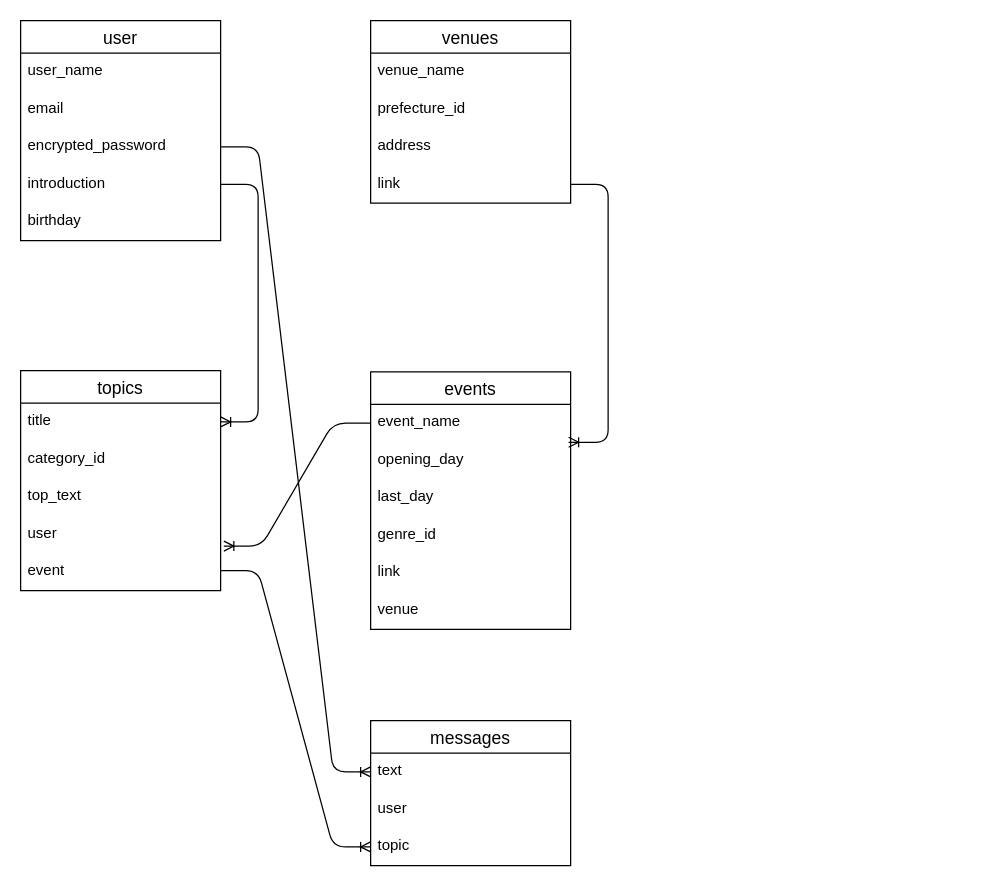
Before: soloER.dio in MZYugu/solo_match, a draw.io diagram. Source tidied: cells renumbered, new cells numbered last; positions are measured from the earlier drawing's top-left corner, leaving out a move shared by most shapes. Both pictures are drawn from the tidied source at 125%, with x=0, y=0 at pixel (20, 20).
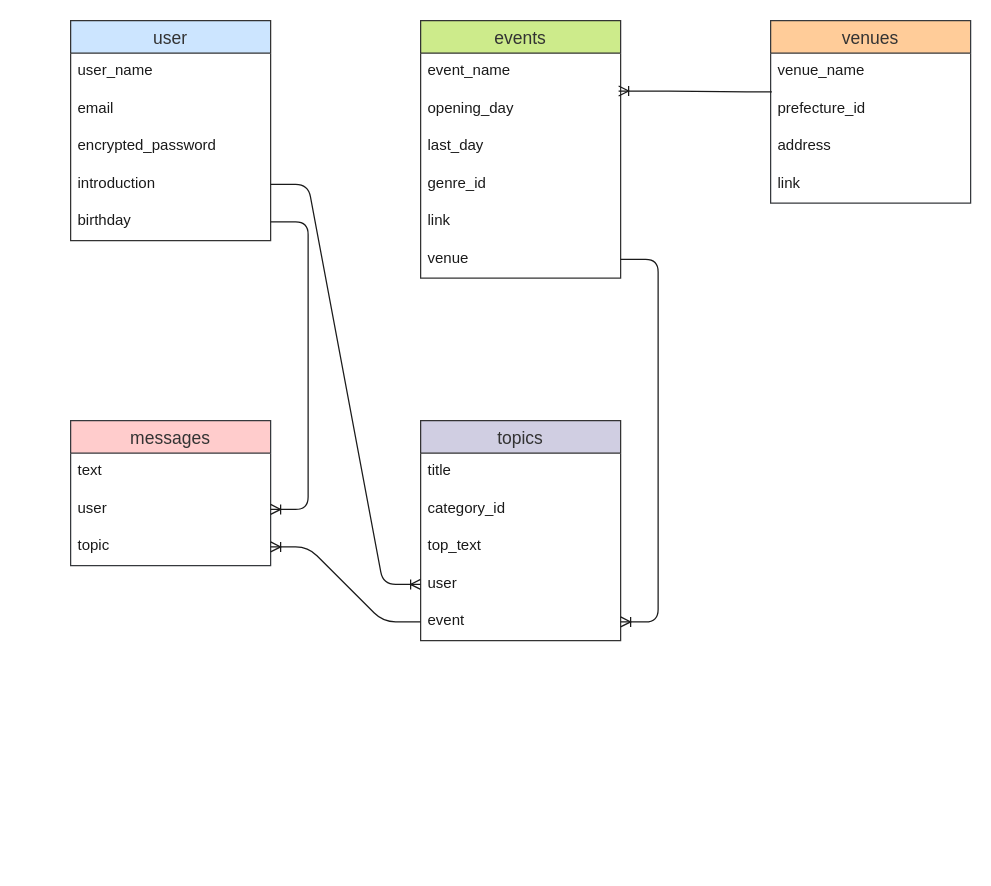
The same page after the edit.

Commit message (it also covers changes not shown here):
ER図と画面遷移図の作成

What changed in the source:
```diff
@@
-<mxGraphModel>
+<mxGraphModel background="#FFFFFF">
@@
-    <mxCell id="2" value="topics" style="swimlane;fontStyle=0;horizontal=1;startSize=26;align=center;fontSize=14;" parent="1" vertex="1">
-      <mxGeometry y="280" width="160" height="176" as="geometry" />
+    <mxCell id="2" value="topics" style="swimlane;fontStyle=0;horizontal=1;startSize=26;align=center;fontSize=14;fillColor=#d0cee2;strokeColor=#333333;swimlaneLine=1;fontColor=#333333;" parent="1" vertex="1">
+      <mxGeometry x="320" y="320" width="160" height="176" as="geometry" />
     </mxCell>
-    <mxCell id="3" value="title" style="text;strokeColor=none;fillColor=none;spacingLeft=4;spacingRight=4;overflow=hidden;points=[[0,0.5],[1,0.5]];portConstraint=eastwest;fontSize=12;" parent="2" vertex="1">
+    <mxCell id="3" value="title" style="text;strokeColor=none;fillColor=none;spacingLeft=4;spacingRight=4;overflow=hidden;points=[[0,0.5],[1,0.5]];portConstraint=eastwest;fontSize=12;fontColor=#1A1A1A;" parent="2" vertex="1">
       <mxGeometry y="26" width="160" height="30" as="geometry" />
     </mxCell>
-    <mxCell id="4" value="category_id" style="text;strokeColor=none;fillColor=none;spacingLeft=4;spacingRight=4;overflow=hidden;fontSize=12;" parent="2" vertex="1">
+    <mxCell id="4" value="category_id" style="text;strokeColor=none;fillColor=none;spacingLeft=4;spacingRight=4;overflow=hidden;fontSize=12;fontColor=#1A1A1A;" parent="2" vertex="1">
       <mxGeometry y="56" width="160" height="30" as="geometry" />
     </mxCell>
-    <mxCell id="5" value="top_text" style="text;strokeColor=none;fillColor=none;spacingLeft=4;spacingRight=4;overflow=hidden;fontSize=12;" parent="2" vertex="1">
+    <mxCell id="5" value="top_text" style="text;strokeColor=none;fillColor=none;spacingLeft=4;spacingRight=4;overflow=hidden;fontSize=12;fontColor=#1A1A1A;" parent="2" vertex="1">
       <mxGeometry y="86" width="160" height="30" as="geometry" />
     </mxCell>
-    <mxCell id="6" value="user" style="text;strokeColor=none;fillColor=none;spacingLeft=4;spacingRight=4;overflow=hidden;points=[[0,0.5],[1,0.5]];portConstraint=eastwest;fontSize=12;" parent="2" vertex="1">
+    <mxCell id="6" value="user" style="text;strokeColor=none;fillColor=none;spacingLeft=4;spacingRight=4;overflow=hidden;points=[[0,0.5],[1,0.5]];portConstraint=eastwest;fontSize=12;fontColor=#1A1A1A;" parent="2" vertex="1">
       <mxGeometry y="116" width="160" height="30" as="geometry" />
     </mxCell>
-    <mxCell id="7" value="event" style="text;strokeColor=none;fillColor=none;spacingLeft=4;spacingRight=4;overflow=hidden;points=[[0,0.5],[1,0.5]];portConstraint=eastwest;fontSize=12;" parent="2" vertex="1">
+    <mxCell id="7" value="event" style="text;strokeColor=none;fillColor=none;spacingLeft=4;spacingRight=4;overflow=hidden;points=[[0,0.5],[1,0.5]];portConstraint=eastwest;fontSize=12;fontColor=#1A1A1A;" parent="2" vertex="1">
       <mxGeometry y="146" width="160" height="30" as="geometry" />
     </mxCell>
-    <mxCell id="8" value="events" style="swimlane;fontStyle=0;horizontal=1;startSize=26;align=center;fontSize=14;" parent="1" vertex="1">
-      <mxGeometry x="280" y="281" width="160" height="206" as="geometry" />
+    <mxCell id="8" value="events" style="swimlane;fontStyle=0;horizontal=1;startSize=26;align=center;fontSize=14;fillColor=#cdeb8b;strokeColor=#333333;strokeWidth=1;perimeterSpacing=0;fontColor=#333333;" parent="1" vertex="1">
+      <mxGeometry x="320" width="160" height="206" as="geometry" />
     </mxCell>
-    <mxCell id="9" value="event_name" style="text;strokeColor=none;fillColor=none;spacingLeft=4;spacingRight=4;overflow=hidden;points=[[0,0.5],[1,0.5]];portConstraint=eastwest;fontSize=12;" parent="8" vertex="1">
+    <mxCell id="9" value="event_name" style="text;strokeColor=none;fillColor=none;spacingLeft=4;spacingRight=4;overflow=hidden;points=[[0,0.5],[1,0.5]];portConstraint=eastwest;fontSize=12;fontColor=#1A1A1A;" parent="8" vertex="1">
       <mxGeometry y="26" width="160" height="30" as="geometry" />
     </mxCell>
-    <mxCell id="10" value="opening_day" style="text;strokeColor=none;fillColor=none;spacingLeft=4;spacingRight=4;overflow=hidden;fontSize=12;" parent="8" vertex="1">
+    <mxCell id="10" value="opening_day" style="text;strokeColor=none;fillColor=none;spacingLeft=4;spacingRight=4;overflow=hidden;fontSize=12;fontColor=#1A1A1A;" parent="8" vertex="1">
       <mxGeometry y="56" width="160" height="30" as="geometry" />
     </mxCell>
-    <mxCell id="11" value="last_day" style="text;strokeColor=none;fillColor=none;spacingLeft=4;spacingRight=4;overflow=hidden;fontSize=12;" parent="8" vertex="1">
+    <mxCell id="11" value="last_day" style="text;strokeColor=none;fillColor=none;spacingLeft=4;spacingRight=4;overflow=hidden;fontSize=12;fontColor=#1A1A1A;" parent="8" vertex="1">
       <mxGeometry y="86" width="160" height="30" as="geometry" />
     </mxCell>
-    <mxCell id="12" value="genre_id" style="text;strokeColor=none;fillColor=none;spacingLeft=4;spacingRight=4;overflow=hidden;fontSize=12;" parent="8" vertex="1">
+    <mxCell id="12" value="genre_id" style="text;strokeColor=none;fillColor=none;spacingLeft=4;spacingRight=4;overflow=hidden;fontSize=12;fontColor=#1A1A1A;" parent="8" vertex="1">
       <mxGeometry y="116" width="160" height="30" as="geometry" />
     </mxCell>
-    <mxCell id="13" value="link" style="text;strokeColor=none;fillColor=none;spacingLeft=4;spacingRight=4;overflow=hidden;fontSize=12;" parent="8" vertex="1">
+    <mxCell id="13" value="link" style="text;strokeColor=none;fillColor=none;spacingLeft=4;spacingRight=4;overflow=hidden;fontSize=12;fontColor=#1A1A1A;" parent="8" vertex="1">
       <mxGeometry y="146" width="160" height="30" as="geometry" />
     </mxCell>
-    <mxCell id="14" value="venue" style="text;strokeColor=none;fillColor=none;spacingLeft=4;spacingRight=4;overflow=hidden;points=[[0,0.5],[1,0.5]];portConstraint=eastwest;fontSize=12;" parent="8" vertex="1">
+    <mxCell id="14" value="venue" style="text;strokeColor=none;fillColor=none;spacingLeft=4;spacingRight=4;overflow=hidden;points=[[0,0.5],[1,0.5]];portConstraint=eastwest;fontSize=12;fontColor=#1A1A1A;" parent="8" vertex="1">
       <mxGeometry y="176" width="160" height="30" as="geometry" />
     </mxCell>
-    <mxCell id="15" value="messages" style="swimlane;fontStyle=0;horizontal=1;startSize=26;align=center;fontSize=14;" parent="1" vertex="1">
-      <mxGeometry x="280" y="560" width="160" height="116" as="geometry" />
+    <mxCell id="15" value="messages" style="swimlane;fontStyle=0;horizontal=1;startSize=26;align=center;fontSize=14;strokeColor=#36393d;fillColor=#ffcccc;fontColor=#333333;labelBackgroundColor=none;labelBorderColor=none;" parent="1" vertex="1">
+      <mxGeometry x="40" y="320" width="160" height="116" as="geometry" />
     </mxCell>
-    <mxCell id="16" value="text" style="text;strokeColor=none;fillColor=none;spacingLeft=4;spacingRight=4;overflow=hidden;points=[[0,0.5],[1,0.5]];portConstraint=eastwest;fontSize=12;" parent="15" vertex="1">
+    <mxCell id="16" value="text" style="text;strokeColor=none;fillColor=none;spacingLeft=4;spacingRight=4;overflow=hidden;points=[[0,0.5],[1,0.5]];portConstraint=eastwest;fontSize=12;fontColor=#1A1A1A;" parent="15" vertex="1">
       <mxGeometry y="26" width="160" height="30" as="geometry" />
     </mxCell>
-    <mxCell id="17" value="user" style="text;strokeColor=none;fillColor=none;spacingLeft=4;spacingRight=4;overflow=hidden;points=[[0,0.5],[1,0.5]];portConstraint=eastwest;fontSize=12;" parent="15" vertex="1">
+    <mxCell id="17" value="user" style="text;strokeColor=none;fillColor=none;spacingLeft=4;spacingRight=4;overflow=hidden;points=[[0,0.5],[1,0.5]];portConstraint=eastwest;fontSize=12;fontColor=#1A1A1A;" parent="15" vertex="1">
       <mxGeometry y="56" width="160" height="30" as="geometry" />
     </mxCell>
-    <mxCell id="18" value="topic" style="text;strokeColor=none;fillColor=none;spacingLeft=4;spacingRight=4;overflow=hidden;points=[[0,0.5],[1,0.5]];portConstraint=eastwest;fontSize=12;" parent="15" vertex="1">
+    <mxCell id="18" value="topic" style="text;strokeColor=none;fillColor=none;spacingLeft=4;spacingRight=4;overflow=hidden;points=[[0,0.5],[1,0.5]];portConstraint=eastwest;fontSize=12;fontColor=#1A1A1A;" parent="15" vertex="1">
       <mxGeometry y="86" width="160" height="30" as="geometry" />
     </mxCell>
-    <mxCell id="19" value="venues" style="swimlane;fontStyle=0;horizontal=1;startSize=26;align=center;fontSize=14;" parent="1" vertex="1">
-      <mxGeometry x="280" width="160" height="146" as="geometry" />
+    <mxCell id="19" value="venues" style="swimlane;fontStyle=0;horizontal=1;startSize=26;align=center;fontSize=14;strokeColor=#36393d;fillColor=#ffcc99;fontColor=#333333;" parent="1" vertex="1">
+      <mxGeometry x="600" width="160" height="146" as="geometry" />
     </mxCell>
-    <mxCell id="20" value="venue_name" style="text;strokeColor=none;fillColor=none;spacingLeft=4;spacingRight=4;overflow=hidden;fontSize=12;" parent="19" vertex="1">
+    <mxCell id="20" value="venue_name" style="text;strokeColor=none;fillColor=none;spacingLeft=4;spacingRight=4;overflow=hidden;fontSize=12;fontColor=#1A1A1A;" parent="19" vertex="1">
       <mxGeometry y="26" width="160" height="30" as="geometry" />
     </mxCell>
-    <mxCell id="21" value="prefecture_id" style="text;strokeColor=none;fillColor=none;spacingLeft=4;spacingRight=4;overflow=hidden;points=[[0,0.5],[1,0.5]];portConstraint=eastwest;fontSize=12;" parent="19" vertex="1">
+    <mxCell id="21" value="prefecture_id" style="text;strokeColor=none;fillColor=none;spacingLeft=4;spacingRight=4;overflow=hidden;points=[[0,0.5],[1,0.5]];portConstraint=eastwest;fontSize=12;fontColor=#1A1A1A;" parent="19" vertex="1">
       <mxGeometry y="56" width="160" height="30" as="geometry" />
     </mxCell>
-    <mxCell id="22" value="address" style="text;strokeColor=none;fillColor=none;spacingLeft=4;spacingRight=4;overflow=hidden;fontSize=12;" parent="19" vertex="1">
+    <mxCell id="22" value="address" style="text;strokeColor=none;fillColor=none;spacingLeft=4;spacingRight=4;overflow=hidden;fontSize=12;fontColor=#1A1A1A;" parent="19" vertex="1">
       <mxGeometry y="86" width="160" height="30" as="geometry" />
     </mxCell>
-    <mxCell id="23" value="link" style="text;strokeColor=none;fillColor=none;spacingLeft=4;spacingRight=4;overflow=hidden;points=[[0,0.5],[1,0.5]];portConstraint=eastwest;fontSize=12;" parent="19" vertex="1">
+    <mxCell id="23" value="link" style="text;strokeColor=none;fillColor=none;spacingLeft=4;spacingRight=4;overflow=hidden;points=[[0,0.5],[1,0.5]];portConstraint=eastwest;fontSize=12;fontColor=#1A1A1A;" parent="19" vertex="1">
       <mxGeometry y="116" width="160" height="30" as="geometry" />
     </mxCell>
-    <mxCell id="24" value="user" style="swimlane;fontStyle=0;horizontal=1;startSize=26;align=center;fontSize=14;" parent="1" vertex="1">
-      <mxGeometry width="160" height="176" as="geometry" />
+    <mxCell id="24" value="user" style="swimlane;fontStyle=0;horizontal=1;startSize=26;align=center;fontSize=14;labelBackgroundColor=none;fillColor=#cce5ff;strokeColor=#333333;fontColor=#333333;" parent="1" vertex="1">
+      <mxGeometry x="40" width="160" height="176" as="geometry" />
     </mxCell>
-    <mxCell id="25" value="user_name " style="text;strokeColor=none;fillColor=none;spacingLeft=4;spacingRight=4;overflow=hidden;fontSize=12;" parent="24" vertex="1">
+    <mxCell id="25" value="user_name " style="text;strokeColor=none;fillColor=none;spacingLeft=4;spacingRight=4;overflow=hidden;fontSize=12;fontColor=#1A1A1A;labelBorderColor=none;labelBackgroundColor=none;" parent="24" vertex="1">
       <mxGeometry y="26" width="160" height="30" as="geometry" />
     </mxCell>
-    <mxCell id="26" value="email" style="text;strokeColor=none;fillColor=none;spacingLeft=4;spacingRight=4;overflow=hidden;fontSize=12;" parent="24" vertex="1">
+    <mxCell id="26" value="email" style="text;strokeColor=none;fillColor=none;spacingLeft=4;spacingRight=4;overflow=hidden;fontSize=12;fontColor=#1A1A1A;labelBorderColor=none;labelBackgroundColor=none;" parent="24" vertex="1">
       <mxGeometry y="56" width="160" height="30" as="geometry" />
     </mxCell>
-    <mxCell id="27" value="encrypted_password" style="text;strokeColor=none;fillColor=none;spacingLeft=4;spacingRight=4;overflow=hidden;points=[[0,0.5],[1,0.5]];portConstraint=eastwest;fontSize=12;" parent="24" vertex="1">
+    <mxCell id="27" value="encrypted_password" style="text;strokeColor=none;fillColor=none;spacingLeft=4;spacingRight=4;overflow=hidden;points=[[0,0.5],[1,0.5]];portConstraint=eastwest;fontSize=12;fontColor=#1A1A1A;labelBorderColor=none;labelBackgroundColor=none;" parent="24" vertex="1">
       <mxGeometry y="86" width="160" height="30" as="geometry" />
     </mxCell>
-    <mxCell id="28" value="introduction" style="text;strokeColor=none;fillColor=none;spacingLeft=4;spacingRight=4;overflow=hidden;points=[[0,0.5],[1,0.5]];portConstraint=eastwest;fontSize=12;" parent="24" vertex="1">
+    <mxCell id="28" value="introduction" style="text;strokeColor=none;fillColor=none;spacingLeft=4;spacingRight=4;overflow=hidden;points=[[0,0.5],[1,0.5]];portConstraint=eastwest;fontSize=12;fontColor=#1A1A1A;labelBorderColor=none;labelBackgroundColor=none;" parent="24" vertex="1">
       <mxGeometry y="116" width="160" height="30" as="geometry" />
     </mxCell>
-    <mxCell id="29" value="birthday" style="text;strokeColor=none;fillColor=none;spacingLeft=4;spacingRight=4;overflow=hidden;points=[[0,0.5],[1,0.5]];portConstraint=eastwest;fontSize=12;" parent="24" vertex="1">
+    <mxCell id="29" value="birthday" style="text;strokeColor=none;fillColor=none;spacingLeft=4;spacingRight=4;overflow=hidden;points=[[0,0.5],[1,0.5]];portConstraint=eastwest;fontSize=12;fontColor=#1A1A1A;labelBorderColor=none;labelBackgroundColor=none;" parent="24" vertex="1">
       <mxGeometry y="146" width="160" height="30" as="geometry" />
     </mxCell>
-    <mxCell id="30" style="edgeStyle=entityRelationEdgeStyle;fontSize=12;html=1;endArrow=ERoneToMany;entryX=0.99;entryY=1.011;entryDx=0;entryDy=0;entryPerimeter=0;" parent="1" edge="1" source="23" target="9">
+    <mxCell id="30" style="edgeStyle=entityRelationEdgeStyle;fontSize=12;html=1;endArrow=ERoneToMany;entryX=0.99;entryY=1.011;entryDx=0;entryDy=0;entryPerimeter=0;exitX=0.006;exitY=0.033;exitDx=0;exitDy=0;exitPerimeter=0;strokeColor=#1A1A1A;" parent="1" edge="1" source="21" target="9">
       <mxGeometry relative="1" as="geometry" />
     </mxCell>
-    <mxCell id="31" style="edgeStyle=entityRelationEdgeStyle;fontSize=12;html=1;endArrow=ERoneToMany;exitX=1;exitY=0.5;exitDx=0;exitDy=0;" parent="1" edge="1" source="28" target="3">
+    <mxCell id="31" style="edgeStyle=entityRelationEdgeStyle;fontSize=12;html=1;endArrow=ERoneToMany;exitX=1;exitY=0.5;exitDx=0;exitDy=0;entryX=0;entryY=0.5;entryDx=0;entryDy=0;strokeColor=#1A1A1A;" parent="1" edge="1" source="28" target="6">
       <mxGeometry relative="1" as="geometry" />
     </mxCell>
-    <mxCell id="32" style="edgeStyle=entityRelationEdgeStyle;fontSize=12;html=1;endArrow=ERoneToMany;exitX=1;exitY=0.5;exitDx=0;exitDy=0;entryX=0;entryY=0.5;entryDx=0;entryDy=0;" parent="1" edge="1" source="27" target="16">
+    <mxCell id="32" style="edgeStyle=entityRelationEdgeStyle;fontSize=12;html=1;endArrow=ERoneToMany;exitX=1;exitY=0.5;exitDx=0;exitDy=0;entryX=1;entryY=0.5;entryDx=0;entryDy=0;strokeColor=#1A1A1A;" parent="1" edge="1" source="29" target="17">
       <mxGeometry relative="1" as="geometry" />
     </mxCell>
-    <mxCell id="33" style="edgeStyle=entityRelationEdgeStyle;fontSize=12;html=1;endArrow=ERoneToMany;entryX=0;entryY=0.5;entryDx=0;entryDy=0;exitX=1;exitY=0.467;exitDx=0;exitDy=0;exitPerimeter=0;" parent="1" edge="1" source="7" target="18">
+    <mxCell id="33" style="edgeStyle=entityRelationEdgeStyle;fontSize=12;html=1;endArrow=ERoneToMany;entryX=1;entryY=0.5;entryDx=0;entryDy=0;exitX=0;exitY=0.5;exitDx=0;exitDy=0;strokeColor=#1A1A1A;" parent="1" edge="1" source="7" target="18">
       <mxGeometry relative="1" as="geometry" />
     </mxCell>
-    <mxCell id="34" style="edgeStyle=entityRelationEdgeStyle;fontSize=12;html=1;endArrow=ERoneToMany;exitX=0;exitY=0.5;exitDx=0;exitDy=0;entryX=1.016;entryY=0.813;entryDx=0;entryDy=0;entryPerimeter=0;" parent="1" edge="1" source="9" target="6">
+    <mxCell id="34" style="edgeStyle=entityRelationEdgeStyle;fontSize=12;html=1;endArrow=ERoneToMany;exitX=1;exitY=0.5;exitDx=0;exitDy=0;entryX=1;entryY=0.5;entryDx=0;entryDy=0;strokeColor=#1A1A1A;" parent="1" edge="1" source="14" target="7">
       <mxGeometry relative="1" as="geometry" />
     </mxCell>
```
